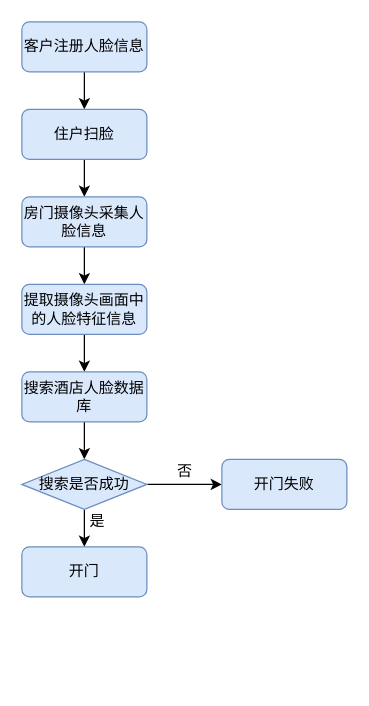
The draw.io diagram docs/src/扫脸开门.drawio in AndSonder/smart-hotel-database, before the edit. Source tidied: cells renumbered, new cells numbered last; positions are measured from the earlier drawing's top-left corner, leaving out a move shared by most shapes. Both pictures are drawn from the tidied source at 125%, with x=0, y=0 at pixel (21, 21).
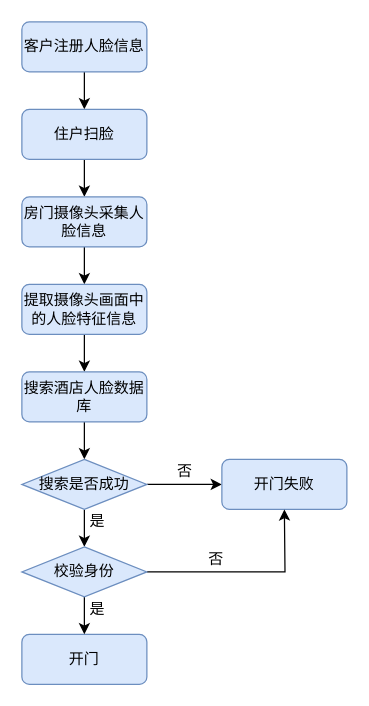
The same diagram, later.

Unchanged cells that the change refers to:
```xml
<mxCell id="14" value="搜索是否成功" style="rhombus;whiteSpace=wrap;html=1;fillColor=#dae8fc;strokeColor=#6c8ebf;" parent="1" vertex="1">
  <mxGeometry y="350" width="100" height="40" as="geometry" />
</mxCell>
```

What changed in the source:
```diff
@@
-    <mxCell id="12" style="edgeStyle=orthogonalEdgeStyle;rounded=0;jettySize=auto;html=1;" parent="1" edge="1" source="14" target="15">
+    <mxCell id="12" style="edgeStyle=orthogonalEdgeStyle;rounded=0;jettySize=auto;html=1;entryX=0.5;entryY=0;entryDx=0;entryDy=0;" parent="1" edge="1" source="14" target="21">
       <mxGeometry relative="1" as="geometry" />
     </mxCell>
@@
     <mxCell id="15" value="开门" style="rounded=1;whiteSpace=wrap;html=1;fontSize=12;glass=0;strokeWidth=1;shadow=0;fillColor=#dae8fc;strokeColor=#6c8ebf;" parent="1" vertex="1">
-      <mxGeometry y="420" width="100" height="40" as="geometry" />
+      <mxGeometry y="490" width="100" height="40" as="geometry" />
     </mxCell>
@@
+    <mxCell id="19" style="edgeStyle=orthogonalEdgeStyle;rounded=0;jettySize=auto;html=1;entryX=0.5;entryY=0;entryDx=0;entryDy=0;" parent="1" edge="1" source="21" target="15">
+      <mxGeometry relative="1" as="geometry" />
+    </mxCell>
+    <mxCell id="20" style="edgeStyle=orthogonalEdgeStyle;rounded=0;jettySize=auto;html=1;" parent="1" edge="1" source="21">
+      <mxGeometry relative="1" as="geometry">
+        <mxPoint x="210" y="390" as="targetPoint" />
+      </mxGeometry>
+    </mxCell>
+    <mxCell id="21" value="&lt;font style=&quot;font-size: 12px&quot;&gt;校验身份&lt;/font&gt;" style="rhombus;whiteSpace=wrap;html=1;fillColor=#dae8fc;strokeColor=#6c8ebf;" parent="1" vertex="1">
+      <mxGeometry y="420" width="100" height="40" as="geometry" />
+    </mxCell>
+    <mxCell id="22" value="是" style="text;html=1;align=center;verticalAlign=middle;strokeColor=none;" parent="1" vertex="1">
+      <mxGeometry x="45" y="460" width="30" height="20" as="geometry" />
+    </mxCell>
+    <mxCell id="23" value="否" style="text;html=1;align=center;verticalAlign=middle;strokeColor=none;" parent="1" vertex="1">
+      <mxGeometry x="140" y="420" width="30" height="20" as="geometry" />
+    </mxCell>
```
